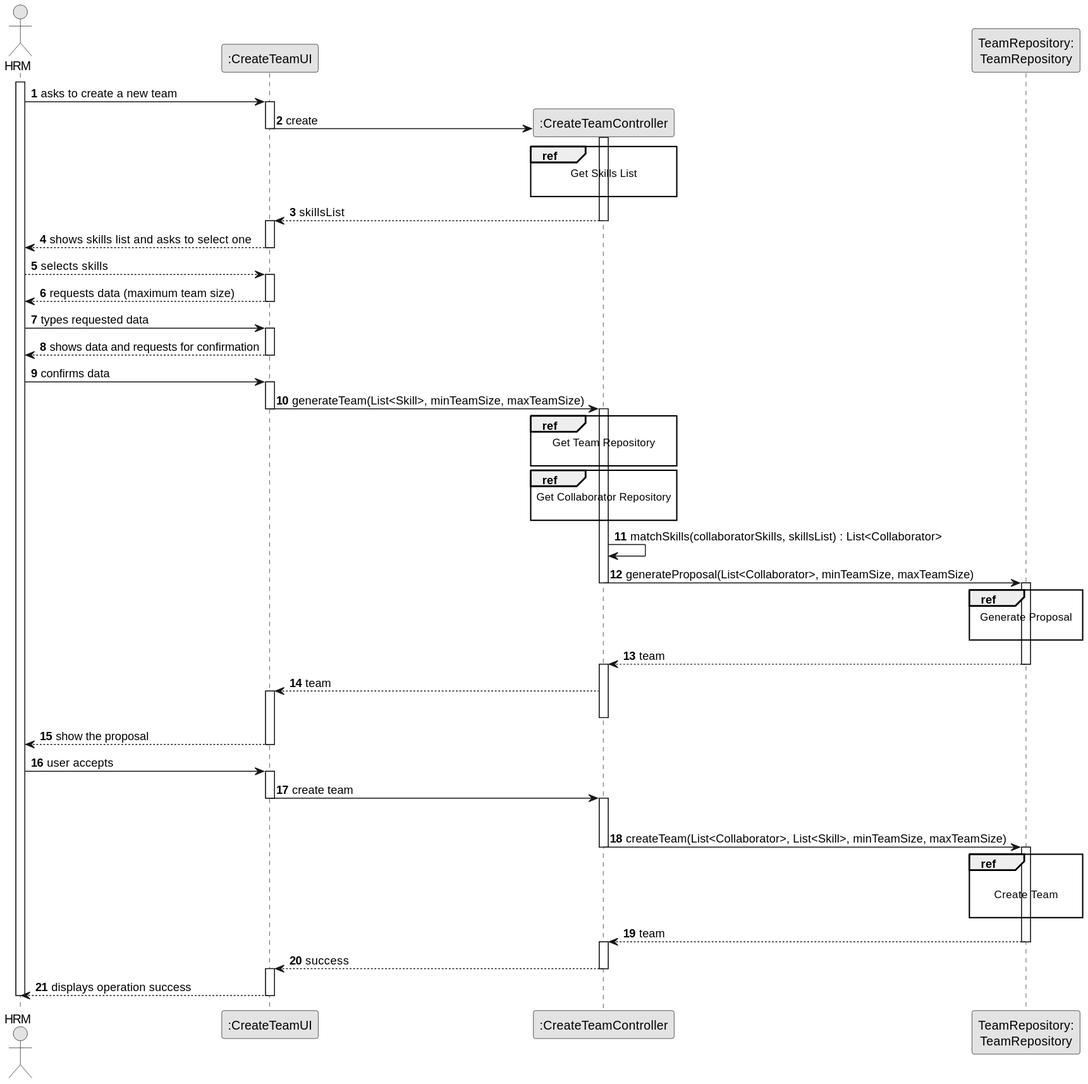
Before: docs/sprintB/us005/03.design/svg/us005-sequence-diagram-split.svg, a diagram exported from PlantUML (ricardomm7/leaflink).
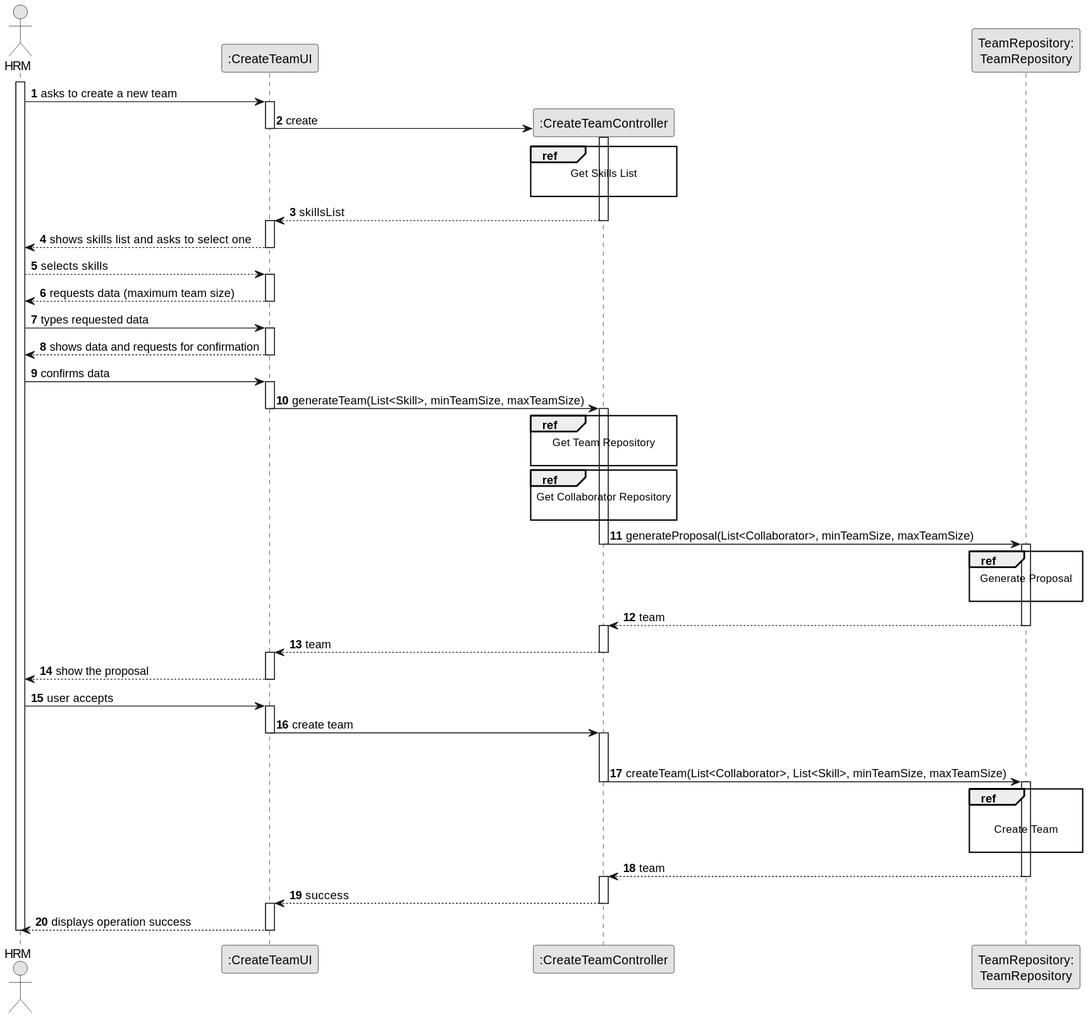
After the change.

The edit, as a diff of the source:
```diff
@@ -57,7 +57,6 @@
                                                             Get Collaborator Repository
 
                                                         end ref
-        CTRL -> CTRL : matchSkills(collaboratorSkills, skillsList) : List<Collaborator>
 
         CTRL -> TeamRepository : generateProposal(List<Collaborator>, minTeamSize, maxTeamSize)
     deactivate CTRL
@@ -71,9 +70,10 @@
 
                                 activate CTRL
                                 CTRL --> UI : team
+                                deactivate CTRL
                                 activate UI
 
-    deactivate CTRL
+
     UI --> ADM: show the proposal
         deactivate UI
 
```
